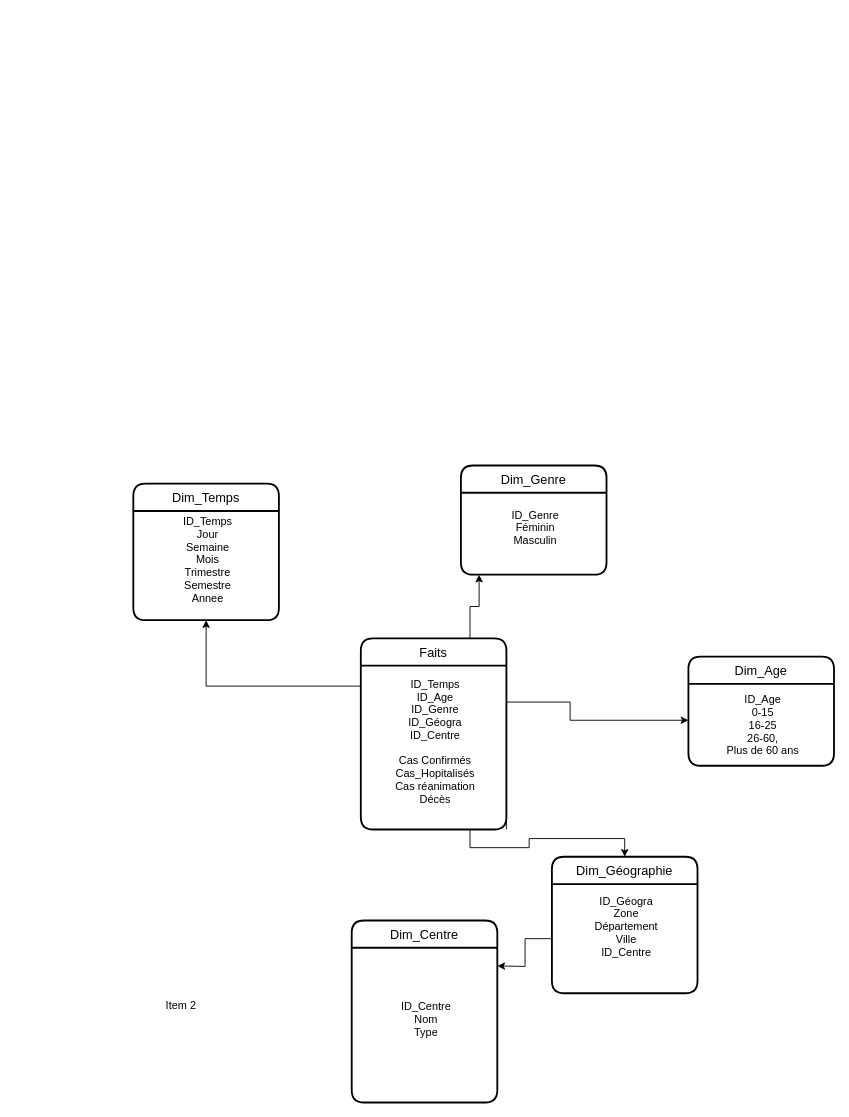
Before: Partie_2/Diagramme sans nom.drawio in agossouvo/creez_un_dashboard, a draw.io diagram. Source tidied: cells renumbered, new cells numbered last; positions are measured from the earlier drawing's top-left corner, leaving out a move shared by most shapes. Both pictures are drawn from the tidied source at 91%, with x=0, y=0 at pixel (133, 465).
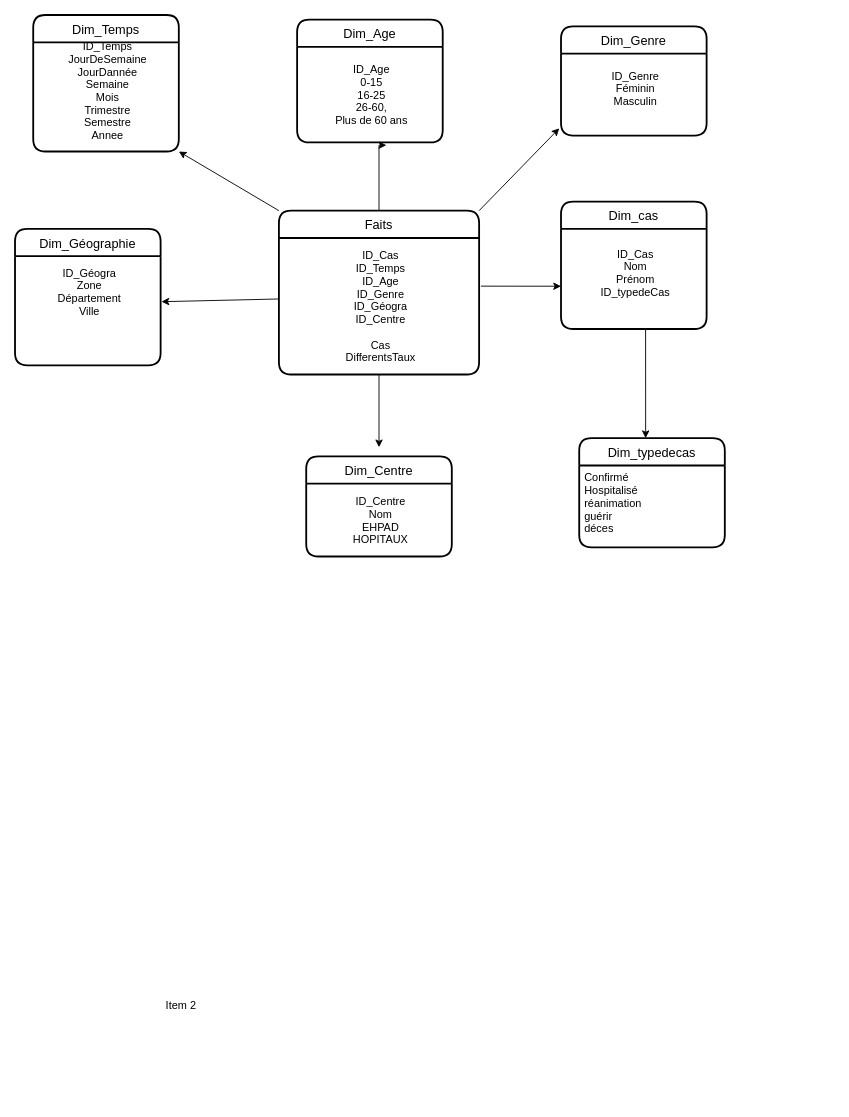
After the change.

Commit message:
Mettre à jour Diagramme sans nom.drawio

The change refers to these unchanged cells:
```xml
<mxCell id="8" value="ID_Genre&#10;Féminin&#10;Masculin&#10;" style="align=center;strokeColor=none;fillColor=none;spacingLeft=4;fontSize=12;verticalAlign=middle;" parent="7" vertex="1">
  <mxGeometry y="30" width="160" height="90" as="geometry" />
</mxCell>
```

Diff of the diagram source:
```diff
@@
-    <mxCell id="2" style="edgeStyle=orthogonalEdgeStyle;rounded=0;jettySize=auto;html=1;exitX=0;exitY=0.25;exitDx=0;exitDy=0;" parent="1" edge="1" source="4" target="12">
-      <mxGeometry relative="1" as="geometry" />
-    </mxCell>
-    <mxCell id="3" style="edgeStyle=orthogonalEdgeStyle;rounded=0;jettySize=auto;html=1;exitX=0.75;exitY=0;exitDx=0;exitDy=0;entryX=0.125;entryY=1;entryDx=0;entryDy=0;entryPerimeter=0;" parent="1" edge="1" source="4" target="8">
+    <mxCell id="3" style="rounded=0;jettySize=auto;html=1;exitX=1;exitY=0;exitDx=0;exitDy=0;entryX=-0.012;entryY=0.911;entryDx=0;entryDy=0;entryPerimeter=0;" parent="1" edge="1" source="4" target="8">
       <mxGeometry relative="1" as="geometry" />
     </mxCell>
+    <mxCell id="20" style="edgeStyle=none;rounded=0;jettySize=auto;html=1;exitX=0;exitY=0;exitDx=0;exitDy=0;entryX=1;entryY=1;entryDx=0;entryDy=0;" parent="1" edge="1" source="4" target="11">
+      <mxGeometry relative="1" as="geometry" />
+    </mxCell>
+    <mxCell id="21" style="edgeStyle=none;rounded=0;jettySize=auto;html=1;exitX=0.5;exitY=0;exitDx=0;exitDy=0;entryX=0.613;entryY=1.029;entryDx=0;entryDy=0;entryPerimeter=0;" parent="1" edge="1" source="4" target="14">
+      <mxGeometry relative="1" as="geometry">
+        <Array as="points">
+          <mxPoint x="270" y="-352" />
+        </Array>
+      </mxGeometry>
+    </mxCell>
     <mxCell id="4" value="Faits" style="swimlane;horizontal=1;startSize=30;rounded=1;fontSize=14;fontStyle=0;strokeWidth=2;shadow=0;dashed=0;align=center;" parent="1" vertex="1">
-      <mxGeometry x="250" y="190" width="160" height="210" as="geometry" />
+      <mxGeometry x="160" y="-280" width="220" height="180" as="geometry" />
     </mxCell>
-    <mxCell id="5" value="&#10;&#10;&#10;&#10;ID_Temps&#10;ID_Age&#10;ID_Genre&#10;ID_Géogra&#10;ID_Centre&#10;&#10;Cas Confirmés&#10;Cas_Hopitalisés&#10;Cas réanimation&#10;Décès&#10;&#10;&#10;&#10;&#10;" style="align=center;strokeColor=none;fillColor=none;spacingLeft=4;fontSize=12;verticalAlign=middle;" parent="4" vertex="1">
-      <mxGeometry y="30" width="160" height="180" as="geometry" />
+    <mxCell id="5" value="&#10;&#10;&#10;&#10;&#10;&#10;ID_Cas&#10;ID_Temps&#10;ID_Age&#10;ID_Genre&#10;ID_Géogra&#10;ID_Centre&#10;&#10;Cas &#10;DifferentsTaux&#10;&#10;&#10;&#10;&#10;&#10;" style="align=center;strokeColor=none;fillColor=none;spacingLeft=4;fontSize=12;verticalAlign=middle;" parent="4" vertex="1">
+      <mxGeometry y="30" width="220" height="150" as="geometry" />
     </mxCell>
@@
     <mxCell id="7" value="Dim_Genre" style="swimlane;horizontal=1;startSize=30;rounded=1;fontSize=14;fontStyle=0;strokeWidth=2;shadow=0;dashed=0;align=center;" parent="1" vertex="1">
-      <mxGeometry x="360" width="160" height="120" as="geometry" />
+      <mxGeometry x="470" y="-482.5" width="160" height="120" as="geometry" />
     </mxCell>
@@
     <mxCell id="9" value="Dim_Géographie" style="swimlane;horizontal=1;startSize=30;rounded=1;fontSize=14;fontStyle=0;strokeWidth=2;shadow=0;dashed=0;align=center;" parent="1" vertex="1">
-      <mxGeometry x="460" y="430" width="160" height="150" as="geometry" />
+      <mxGeometry x="-130" y="-260" width="160" height="150" as="geometry" />
     </mxCell>
-    <mxCell id="10" value="ID_Géogra&#10;Zone&#10;Département&#10;Ville&#10;ID_Centre&#10;&#10;" style="align=center;strokeColor=none;fillColor=none;spacingLeft=4;fontSize=12;verticalAlign=middle;" parent="9" vertex="1">
+    <mxCell id="10" value="ID_Géogra&#10;Zone&#10;Département&#10;Ville&#10;&#10;&#10;" style="align=center;strokeColor=none;fillColor=none;spacingLeft=4;fontSize=12;verticalAlign=middle;" parent="9" vertex="1">
       <mxGeometry y="30" width="160" height="120" as="geometry" />
     </mxCell>
     <mxCell id="11" value="Dim_Temps" style="swimlane;horizontal=1;startSize=30;rounded=1;fontSize=14;fontStyle=0;strokeWidth=2;shadow=0;dashed=0;align=center;verticalAlign=middle;" parent="1" vertex="1">
-      <mxGeometry y="20" width="160" height="150" as="geometry" />
+      <mxGeometry x="-110" y="-495" width="160" height="150" as="geometry" />
     </mxCell>
-    <mxCell id="12" value="ID_Temps&#10;Jour&#10;Semaine&#10;Mois&#10;Trimestre&#10;Semestre&#10;Annee&#10;" style="align=center;strokeColor=none;fillColor=none;spacingLeft=4;fontSize=12;verticalAlign=middle;" parent="11" vertex="1">
+    <mxCell id="12" value="ID_Temps&#10;JourDeSemaine&#10;JourDannée&#10;Semaine&#10;Mois&#10;Trimestre&#10;Semestre&#10;Annee&#10;" style="align=center;strokeColor=none;fillColor=none;spacingLeft=4;fontSize=12;verticalAlign=middle;" parent="11" vertex="1">
       <mxGeometry y="30" width="160" height="120" as="geometry" />
     </mxCell>
     <mxCell id="13" value="Dim_Age" style="swimlane;horizontal=1;startSize=30;rounded=1;fontSize=14;fontStyle=0;strokeWidth=2;shadow=0;dashed=0;align=center;" parent="1" vertex="1">
-      <mxGeometry x="610" y="210" width="160" height="120" as="geometry" />
+      <mxGeometry x="180" y="-490" width="160" height="135" as="geometry" />
     </mxCell>
     <mxCell id="14" value="ID_Age&#10;0-15&#10; 16-25&#10; 26-60,&#10;Plus de 60 ans" style="align=center;strokeColor=none;fillColor=none;spacingLeft=4;fontSize=12;verticalAlign=middle;" parent="13" vertex="1">
-      <mxGeometry y="30" width="160" height="90" as="geometry" />
+      <mxGeometry y="30" width="160" height="105" as="geometry" />
     </mxCell>
     <mxCell id="15" value="Dim_Centre" style="swimlane;horizontal=1;startSize=30;rounded=1;fontSize=14;fontStyle=0;strokeWidth=2;shadow=0;dashed=0;align=center;" parent="1" vertex="1">
-      <mxGeometry x="240" y="500" width="160" height="200" as="geometry" />
+      <mxGeometry x="190" y="-10" width="160" height="110" as="geometry" />
     </mxCell>
-    <mxCell id="16" value="&#10;ID_Centre&#10;Nom&#10;Type&#10;&#10;" style="align=center;strokeColor=none;fillColor=none;spacingLeft=4;fontSize=12;verticalAlign=middle;" parent="15" vertex="1">
-      <mxGeometry y="30" width="160" height="170" as="geometry" />
+    <mxCell id="16" value="&#10;ID_Centre&#10;Nom&#10;EHPAD&#10;HOPITAUX&#10;" style="align=center;strokeColor=none;fillColor=none;spacingLeft=4;fontSize=12;verticalAlign=middle;" parent="15" vertex="1">
+      <mxGeometry y="30" width="160" height="80" as="geometry" />
     </mxCell>
-    <mxCell id="17" style="edgeStyle=orthogonalEdgeStyle;rounded=0;jettySize=auto;html=1;exitX=1;exitY=1;exitDx=0;exitDy=0;" parent="1" edge="1" source="5" target="14">
-      <mxGeometry relative="1" as="geometry">
-        <Array as="points">
-          <mxPoint x="410" y="260" />
-          <mxPoint x="480" y="260" />
-          <mxPoint x="480" y="280" />
-        </Array>
-      </mxGeometry>
-    </mxCell>
-    <mxCell id="18" style="edgeStyle=orthogonalEdgeStyle;rounded=0;jettySize=auto;html=1;exitX=0.75;exitY=1;exitDx=0;exitDy=0;" parent="1" edge="1" source="5" target="9">
-      <mxGeometry relative="1" as="geometry" />
-    </mxCell>
-    <mxCell id="19" style="edgeStyle=orthogonalEdgeStyle;rounded=0;jettySize=auto;html=1;exitX=0;exitY=0.5;exitDx=0;exitDy=0;" parent="1" edge="1" source="10">
-      <mxGeometry relative="1" as="geometry">
-        <mxPoint x="400" y="550" as="targetPoint" />
-      </mxGeometry>
-    </mxCell>
+    <mxCell id="22" style="edgeStyle=none;rounded=0;orthogonalLoop=1;jettySize=auto;html=1;exitX=1;exitY=0;exitDx=0;exitDy=0;" parent="15" edge="1" source="16" target="16">
+      <mxGeometry relative="1" as="geometry" />
+    </mxCell>
+    <mxCell id="23" value="Dim_cas" style="swimlane;horizontal=1;startSize=30;rounded=1;fontSize=14;fontStyle=0;strokeWidth=2;shadow=0;dashed=0;align=center;" parent="1" vertex="1">
+      <mxGeometry x="470" y="-290" width="160" height="140" as="geometry" />
+    </mxCell>
+    <mxCell id="24" value="ID_Cas&#10;Nom&#10;Prénom&#10;ID_typedeCas&#10;" style="align=center;strokeColor=none;fillColor=none;spacingLeft=4;fontSize=12;verticalAlign=middle;" parent="23" vertex="1">
+      <mxGeometry y="30" width="160" height="110" as="geometry" />
+    </mxCell>
+    <mxCell id="25" style="edgeStyle=orthogonalEdgeStyle;rounded=0;orthogonalLoop=1;jettySize=auto;html=1;exitX=0;exitY=0.5;exitDx=0;exitDy=0;entryX=0;entryY=0.5;entryDx=0;entryDy=0;" parent="23" edge="1" source="24" target="24">
+      <mxGeometry relative="1" as="geometry" />
+    </mxCell>
+    <mxCell id="26" value="Dim_typedecas" style="swimlane;horizontal=1;startSize=30;rounded=1;fontSize=14;fontStyle=0;strokeWidth=2;shadow=0;dashed=0;align=center;" parent="1" vertex="1">
+      <mxGeometry x="490" y="-30" width="160" height="120" as="geometry" />
+    </mxCell>
+    <mxCell id="27" value="Confirmé&#10;Hospitalisé&#10;réanimation&#10;guérir&#10;déces&#10;&#10;&#10;&#10;" style="align=left;strokeColor=none;fillColor=none;spacingLeft=4;fontSize=12;verticalAlign=top;" parent="26" vertex="1">
+      <mxGeometry y="30" width="160" height="90" as="geometry" />
+    </mxCell>
+    <mxCell id="28" style="edgeStyle=none;rounded=0;jettySize=auto;html=1;exitX=0;exitY=0.447;exitDx=0;exitDy=0;entryX=1.006;entryY=0.417;entryDx=0;entryDy=0;entryPerimeter=0;exitPerimeter=0;" parent="1" edge="1" source="5" target="10">
+      <mxGeometry relative="1" as="geometry" />
+    </mxCell>
+    <mxCell id="29" style="edgeStyle=none;rounded=0;jettySize=auto;html=1;exitX=1.009;exitY=0.353;exitDx=0;exitDy=0;exitPerimeter=0;entryX=0;entryY=0.573;entryDx=0;entryDy=0;entryPerimeter=0;" parent="1" edge="1" source="5" target="24">
+      <mxGeometry relative="1" as="geometry" />
+    </mxCell>
+    <mxCell id="30" style="edgeStyle=none;rounded=0;jettySize=auto;html=1;exitX=0.581;exitY=1;exitDx=0;exitDy=0;exitPerimeter=0;" parent="1" edge="1" source="24">
+      <mxGeometry relative="1" as="geometry">
+        <mxPoint x="563" y="-30" as="targetPoint" />
+      </mxGeometry>
+    </mxCell>
+    <mxCell id="31" style="edgeStyle=none;rounded=0;jettySize=auto;html=1;exitX=0.5;exitY=1;exitDx=0;exitDy=0;" parent="1" edge="1" source="5">
+      <mxGeometry relative="1" as="geometry">
+        <mxPoint x="270" y="-20" as="targetPoint" />
+      </mxGeometry>
+    </mxCell>
```
